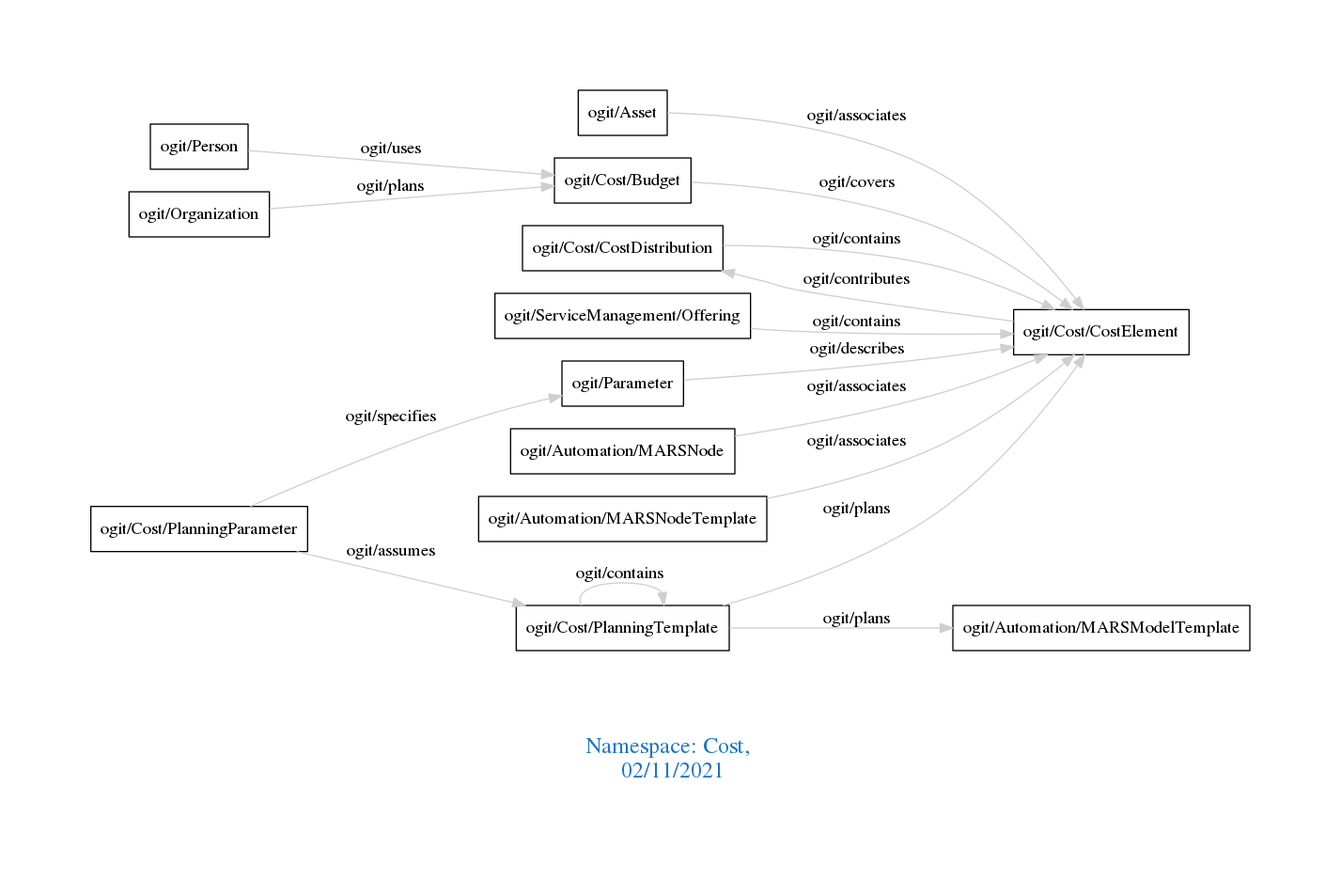
Earlier version of the Graphviz export downloads/Cost.png (arago/OGIT). Its source is kept beside it as downloads/Cost.dot.
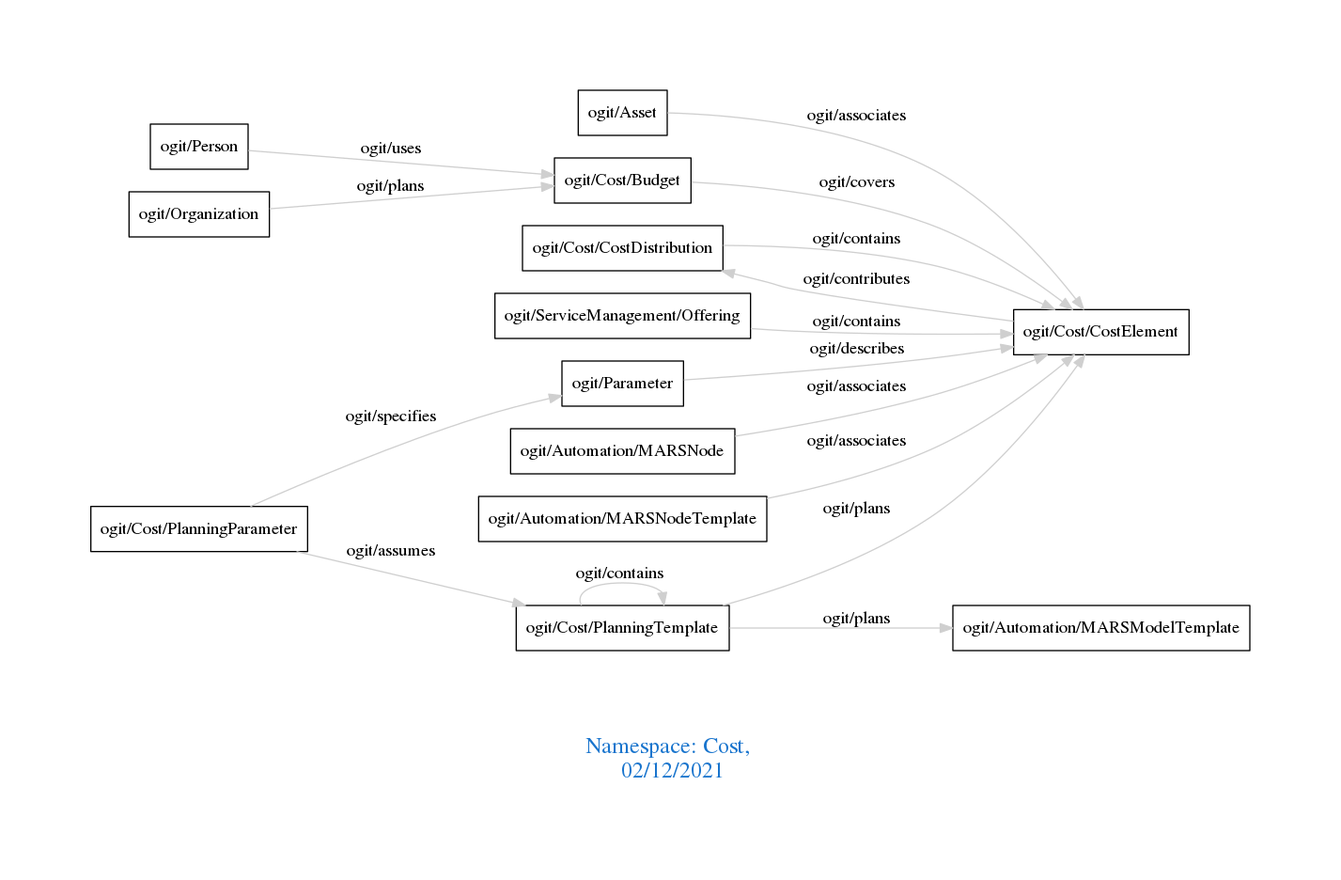
After the change.

Change to the diagram source:
```diff
@@ -1,7 +1,7 @@
 digraph OGIT_ontology {
  graph [ rankdir= LR,pad=1
 fontsize = 18,
-fontcolor= dodgerblue3,label = "\n\n\nNamespace: Cost, \n 02/11/2021"];
+fontcolor= dodgerblue3,label = "\n\n\nNamespace: Cost, \n 02/12/2021"];
 node[shape=polygon];
 edge [  color="gray81"];
 
```
